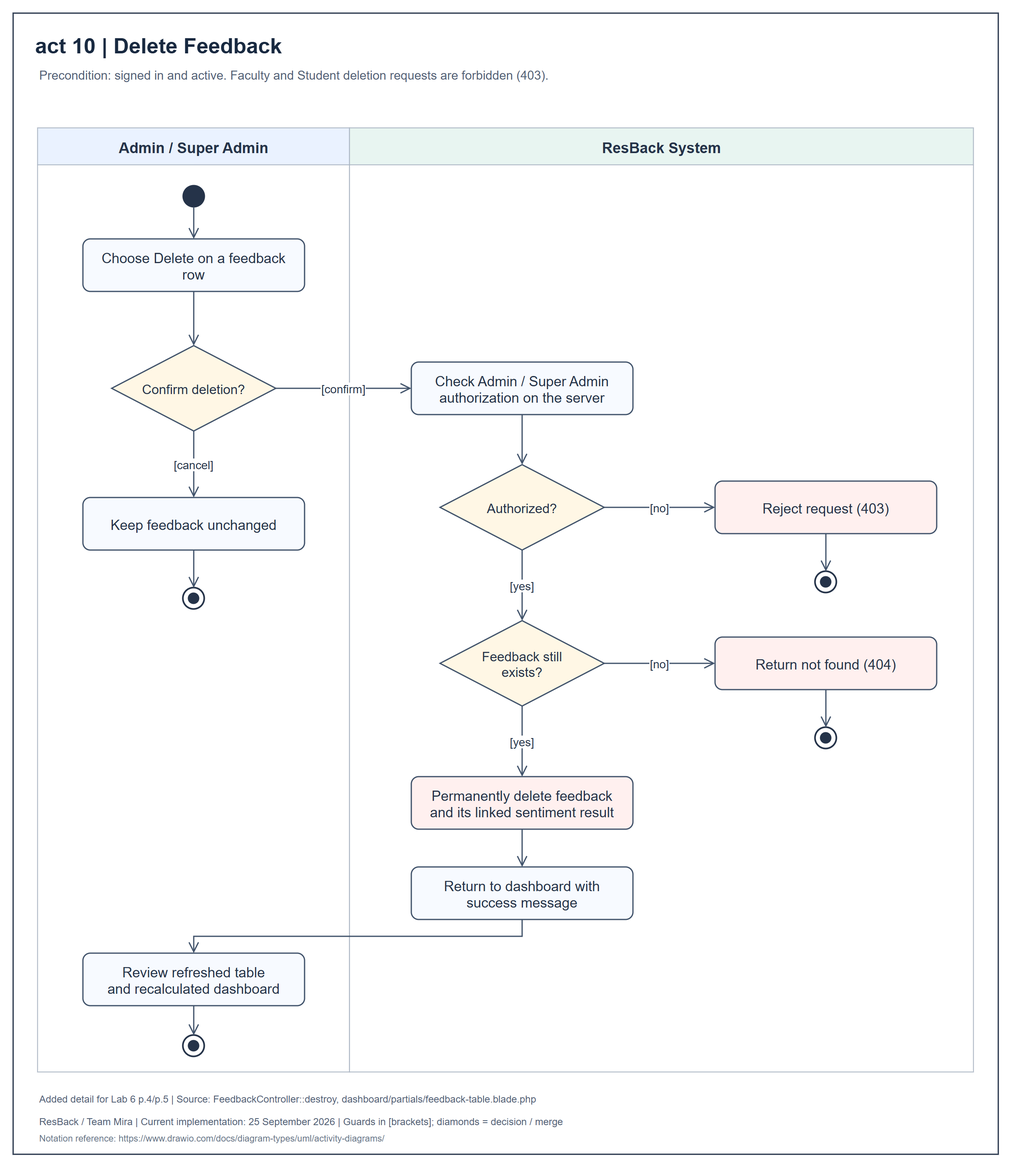
Before: diagrams/activity/png/10-delete-feedback.png, a diagram exported from draw.io (Joshua12393/resback-system). Source tidied: cells renumbered, new cells last; positions are measured from the earlier drawing's top-left corner, leaving out a move shared by most shapes.
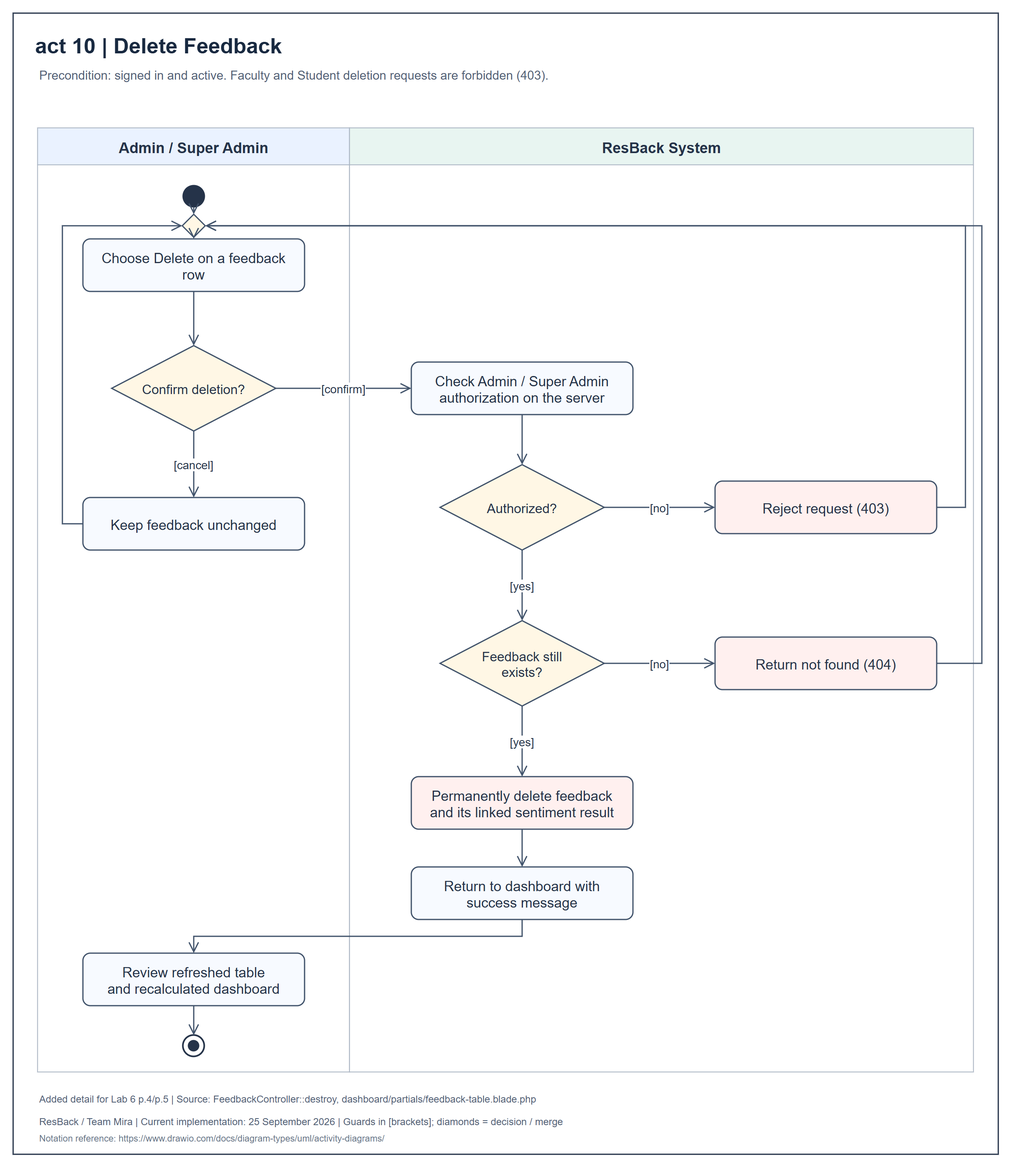
The same file after the commit.

Diff of the diagram source:
```diff
@@ -38,12 +38,6 @@
     <mxCell id="13" value="Keep feedback unchanged" style="fontFamily=Arial;html=0;fontColor=#253349;whiteSpace=wrap;align=center;verticalAlign=middle;spacing=8;fontSize=17;strokeColor=#40526a;strokeWidth=1.5;rounded=1;arcSize=18;absoluteArcSize=1;fillColor=#f7faff;" parent="5" vertex="1">
       <mxGeometry x="55" y="450" width="270" height="64" as="geometry" />
     </mxCell>
-    <mxCell id="14" style="fontFamily=Arial;html=0;fontColor=#253349;whiteSpace=wrap;align=center;verticalAlign=middle;spacing=8;fontSize=17;strokeColor=#40526a;strokeWidth=1.5;shape=ellipse;fillColor=#ffffff;strokeColor=#253349;strokeWidth=2;" parent="5" vertex="1">
-      <mxGeometry x="177" y="560" width="26" height="26" as="geometry" />
-    </mxCell>
-    <mxCell id="15" style="fontFamily=Arial;html=0;fontColor=#253349;shape=ellipse;fillColor=#253349;strokeColor=none;" parent="5" vertex="1">
-      <mxGeometry x="183" y="566" width="14" height="14" as="geometry" />
-    </mxCell>
     <mxCell id="16" value="Check Admin / Super Admin&#10;authorization on the server" style="fontFamily=Arial;html=0;fontColor=#253349;whiteSpace=wrap;align=center;verticalAlign=middle;spacing=8;fontSize=17;strokeColor=#40526a;strokeWidth=1.5;rounded=1;arcSize=18;absoluteArcSize=1;fillColor=#f7faff;" parent="6" vertex="1">
       <mxGeometry x="75" y="285" width="270" height="64" as="geometry" />
     </mxCell>
@@ -53,24 +47,12 @@
     <mxCell id="18" value="Reject request (403)" style="fontFamily=Arial;html=0;fontColor=#253349;whiteSpace=wrap;align=center;verticalAlign=middle;spacing=8;fontSize=17;strokeColor=#40526a;strokeWidth=1.5;rounded=1;arcSize=18;absoluteArcSize=1;fillColor=#fff0ef;" parent="6" vertex="1">
       <mxGeometry x="445" y="430" width="270" height="64" as="geometry" />
     </mxCell>
-    <mxCell id="19" style="fontFamily=Arial;html=0;fontColor=#253349;whiteSpace=wrap;align=center;verticalAlign=middle;spacing=8;fontSize=17;strokeColor=#40526a;strokeWidth=1.5;shape=ellipse;fillColor=#ffffff;strokeColor=#253349;strokeWidth=2;" parent="6" vertex="1">
-      <mxGeometry x="567" y="540" width="26" height="26" as="geometry" />
-    </mxCell>
-    <mxCell id="20" style="fontFamily=Arial;html=0;fontColor=#253349;shape=ellipse;fillColor=#253349;strokeColor=none;" parent="6" vertex="1">
-      <mxGeometry x="573" y="546" width="14" height="14" as="geometry" />
-    </mxCell>
     <mxCell id="21" value="Feedback still&#10;exists?" style="fontFamily=Arial;html=0;fontColor=#253349;whiteSpace=wrap;align=center;verticalAlign=middle;spacing=8;fontSize=17;strokeColor=#40526a;strokeWidth=1.5;shape=rhombus;fillColor=#fff7e5;fontSize=16;spacing=0;" parent="6" vertex="1">
       <mxGeometry x="110" y="600" width="200" height="104" as="geometry" />
     </mxCell>
     <mxCell id="22" value="Return not found (404)" style="fontFamily=Arial;html=0;fontColor=#253349;whiteSpace=wrap;align=center;verticalAlign=middle;spacing=8;fontSize=17;strokeColor=#40526a;strokeWidth=1.5;rounded=1;arcSize=18;absoluteArcSize=1;fillColor=#fff0ef;" parent="6" vertex="1">
       <mxGeometry x="445" y="620" width="270" height="64" as="geometry" />
     </mxCell>
-    <mxCell id="23" style="fontFamily=Arial;html=0;fontColor=#253349;whiteSpace=wrap;align=center;verticalAlign=middle;spacing=8;fontSize=17;strokeColor=#40526a;strokeWidth=1.5;shape=ellipse;fillColor=#ffffff;strokeColor=#253349;strokeWidth=2;" parent="6" vertex="1">
-      <mxGeometry x="567" y="730" width="26" height="26" as="geometry" />
-    </mxCell>
-    <mxCell id="24" style="fontFamily=Arial;html=0;fontColor=#253349;shape=ellipse;fillColor=#253349;strokeColor=none;" parent="6" vertex="1">
-      <mxGeometry x="573" y="736" width="14" height="14" as="geometry" />
-    </mxCell>
     <mxCell id="25" value="Permanently delete feedback&#10;and its linked sentiment result" style="fontFamily=Arial;html=0;fontColor=#253349;whiteSpace=wrap;align=center;verticalAlign=middle;spacing=8;fontSize=17;strokeColor=#40526a;strokeWidth=1.5;rounded=1;arcSize=18;absoluteArcSize=1;fillColor=#fff0ef;" parent="6" vertex="1">
       <mxGeometry x="75" y="790" width="270" height="64" as="geometry" />
     </mxCell>
@@ -86,7 +68,7 @@
     <mxCell id="29" style="fontFamily=Arial;html=0;fontColor=#253349;shape=ellipse;fillColor=#253349;strokeColor=none;" parent="5" vertex="1">
       <mxGeometry x="183" y="1111" width="14" height="14" as="geometry" />
     </mxCell>
-    <mxCell id="30" style="edgeStyle=none;rounded=0;html=0;endArrow=open;endFill=0;endSize=10;strokeColor=#40526a;strokeWidth=1.5;fontSize=14;fontFamily=Arial;fontColor=#253349;labelBackgroundColor=#ffffff;exitX=0.5;exitY=1;entryX=0.5;entryY=0;exitPerimeter=0;entryPerimeter=0;" parent="1" edge="1" source="10" target="11">
+    <mxCell id="30" style="edgeStyle=none;rounded=0;html=0;endArrow=open;endFill=0;endSize=10;strokeColor=#40526a;strokeWidth=1.5;fontSize=14;fontFamily=Arial;fontColor=#253349;labelBackgroundColor=#ffffff;exitX=0.5;exitY=1;entryX=0.5;entryY=0;exitPerimeter=0;entryPerimeter=0;" parent="1" edge="1" source="10" target="45">
       <mxGeometry relative="1" as="geometry" />
     </mxCell>
     <mxCell id="31" style="edgeStyle=none;rounded=0;html=0;endArrow=open;endFill=0;endSize=10;strokeColor=#40526a;strokeWidth=1.5;fontSize=14;fontFamily=Arial;fontColor=#253349;labelBackgroundColor=#ffffff;exitX=0.5;exitY=1;entryX=0.5;entryY=0;exitPerimeter=0;entryPerimeter=0;" parent="1" edge="1" source="11" target="12">
@@ -95,9 +77,6 @@
     <mxCell id="32" value="[cancel]" style="edgeStyle=none;rounded=0;html=0;endArrow=open;endFill=0;endSize=10;strokeColor=#40526a;strokeWidth=1.5;fontSize=14;fontFamily=Arial;fontColor=#253349;labelBackgroundColor=#ffffff;exitX=0.5;exitY=1;entryX=0.5;entryY=0;exitPerimeter=0;entryPerimeter=0;" parent="1" edge="1" source="12" target="13">
       <mxGeometry relative="1" as="geometry" />
     </mxCell>
-    <mxCell id="33" style="edgeStyle=none;rounded=0;html=0;endArrow=open;endFill=0;endSize=10;strokeColor=#40526a;strokeWidth=1.5;fontSize=14;fontFamily=Arial;fontColor=#253349;labelBackgroundColor=#ffffff;exitX=0.5;exitY=1;entryX=0.5;entryY=0;exitPerimeter=0;entryPerimeter=0;" parent="1" edge="1" source="13" target="14">
-      <mxGeometry relative="1" as="geometry" />
-    </mxCell>
     <mxCell id="34" value="[confirm]" style="edgeStyle=none;rounded=0;html=0;endArrow=open;endFill=0;endSize=10;strokeColor=#40526a;strokeWidth=1.5;fontSize=14;fontFamily=Arial;fontColor=#253349;labelBackgroundColor=#ffffff;exitX=1;exitY=0.5;entryX=0;entryY=0.5;exitPerimeter=0;entryPerimeter=0;" parent="1" edge="1" source="12" target="16">
       <mxGeometry relative="1" as="geometry" />
     </mxCell>
@@ -107,18 +86,12 @@
     <mxCell id="36" value="[no]" style="edgeStyle=none;rounded=0;html=0;endArrow=open;endFill=0;endSize=10;strokeColor=#40526a;strokeWidth=1.5;fontSize=14;fontFamily=Arial;fontColor=#253349;labelBackgroundColor=#ffffff;exitX=1;exitY=0.5;entryX=0;entryY=0.5;exitPerimeter=0;entryPerimeter=0;" parent="1" edge="1" source="17" target="18">
       <mxGeometry relative="1" as="geometry" />
     </mxCell>
-    <mxCell id="37" style="edgeStyle=none;rounded=0;html=0;endArrow=open;endFill=0;endSize=10;strokeColor=#40526a;strokeWidth=1.5;fontSize=14;fontFamily=Arial;fontColor=#253349;labelBackgroundColor=#ffffff;exitX=0.5;exitY=1;entryX=0.5;entryY=0;exitPerimeter=0;entryPerimeter=0;" parent="1" edge="1" source="18" target="19">
-      <mxGeometry relative="1" as="geometry" />
-    </mxCell>
     <mxCell id="38" value="[yes]" style="edgeStyle=none;rounded=0;html=0;endArrow=open;endFill=0;endSize=10;strokeColor=#40526a;strokeWidth=1.5;fontSize=14;fontFamily=Arial;fontColor=#253349;labelBackgroundColor=#ffffff;exitX=0.5;exitY=1;entryX=0.5;entryY=0;exitPerimeter=0;entryPerimeter=0;" parent="1" edge="1" source="17" target="21">
       <mxGeometry relative="1" as="geometry" />
     </mxCell>
     <mxCell id="39" value="[no]" style="edgeStyle=none;rounded=0;html=0;endArrow=open;endFill=0;endSize=10;strokeColor=#40526a;strokeWidth=1.5;fontSize=14;fontFamily=Arial;fontColor=#253349;labelBackgroundColor=#ffffff;exitX=1;exitY=0.5;entryX=0;entryY=0.5;exitPerimeter=0;entryPerimeter=0;" parent="1" edge="1" source="21" target="22">
       <mxGeometry relative="1" as="geometry" />
     </mxCell>
-    <mxCell id="40" style="edgeStyle=none;rounded=0;html=0;endArrow=open;endFill=0;endSize=10;strokeColor=#40526a;strokeWidth=1.5;fontSize=14;fontFamily=Arial;fontColor=#253349;labelBackgroundColor=#ffffff;exitX=0.5;exitY=1;entryX=0.5;entryY=0;exitPerimeter=0;entryPerimeter=0;" parent="1" edge="1" source="22" target="23">
-      <mxGeometry relative="1" as="geometry" />
-    </mxCell>
     <mxCell id="41" value="[yes]" style="edgeStyle=none;rounded=0;html=0;endArrow=open;endFill=0;endSize=10;strokeColor=#40526a;strokeWidth=1.5;fontSize=14;fontFamily=Arial;fontColor=#253349;labelBackgroundColor=#ffffff;exitX=0.5;exitY=1;entryX=0.5;entryY=0;exitPerimeter=0;entryPerimeter=0;" parent="1" edge="1" source="21" target="25">
       <mxGeometry relative="1" as="geometry" />
     </mxCell>
@@ -136,5 +109,35 @@
     <mxCell id="44" style="edgeStyle=none;rounded=0;html=0;endArrow=open;endFill=0;endSize=10;strokeColor=#40526a;strokeWidth=1.5;fontSize=14;fontFamily=Arial;fontColor=#253349;labelBackgroundColor=#ffffff;exitX=0.5;exitY=1;entryX=0.5;entryY=0;exitPerimeter=0;entryPerimeter=0;" parent="1" edge="1" source="27" target="28">
       <mxGeometry relative="1" as="geometry" />
     </mxCell>
+    <mxCell id="45" style="fontFamily=Arial;shape=rhombus;fillColor=#fff7e5;strokeColor=#40526a;strokeWidth=1.5;" parent="5" vertex="1">
+      <mxGeometry x="176" y="105" width="28" height="28" as="geometry" />
+    </mxCell>
+    <mxCell id="46" style="edgeStyle=none;rounded=0;html=0;endArrow=open;endFill=0;endSize=10;strokeColor=#40526a;strokeWidth=1.5;fontSize=14;fontFamily=Arial;fontColor=#253349;labelBackgroundColor=#ffffff;exitX=0.5;exitY=1;entryX=0.5;entryY=0;exitPerimeter=0;entryPerimeter=0;" parent="1" edge="1" source="45" target="11">
+      <mxGeometry relative="1" as="geometry" />
+    </mxCell>
+    <mxCell id="47" style="edgeStyle=none;rounded=0;html=0;endArrow=open;endFill=0;endSize=10;strokeColor=#40526a;strokeWidth=1.5;fontSize=14;fontFamily=Arial;fontColor=#253349;labelBackgroundColor=#ffffff;exitX=0;exitY=0.5;entryX=0;entryY=0.5;exitPerimeter=0;entryPerimeter=0;" parent="1" edge="1" source="13" target="45">
+      <mxGeometry relative="1" as="geometry">
+        <Array as="points">
+          <mxPoint x="60" y="622" />
+          <mxPoint x="60" y="259" />
+        </Array>
+      </mxGeometry>
+    </mxCell>
+    <mxCell id="48" style="edgeStyle=none;rounded=0;html=0;endArrow=open;endFill=0;endSize=10;strokeColor=#40526a;strokeWidth=1.5;fontSize=14;fontFamily=Arial;fontColor=#253349;labelBackgroundColor=#ffffff;exitX=1;exitY=0.5;entryX=1;entryY=0.5;exitPerimeter=0;entryPerimeter=0;" parent="1" edge="1" source="18" target="45">
+      <mxGeometry relative="1" as="geometry">
+        <Array as="points">
+          <mxPoint x="1160" y="602" />
+          <mxPoint x="1160" y="259" />
+        </Array>
+      </mxGeometry>
+    </mxCell>
+    <mxCell id="49" style="edgeStyle=none;rounded=0;html=0;endArrow=open;endFill=0;endSize=10;strokeColor=#40526a;strokeWidth=1.5;fontSize=14;fontFamily=Arial;fontColor=#253349;labelBackgroundColor=#ffffff;exitX=1;exitY=0.5;entryX=1;entryY=0.5;exitPerimeter=0;entryPerimeter=0;" parent="1" edge="1" source="22" target="45">
+      <mxGeometry relative="1" as="geometry">
+        <Array as="points">
+          <mxPoint x="1180" y="792" />
+          <mxPoint x="1180" y="259" />
+        </Array>
+      </mxGeometry>
+    </mxCell>
   </root>
 </mxGraphModel>
```
